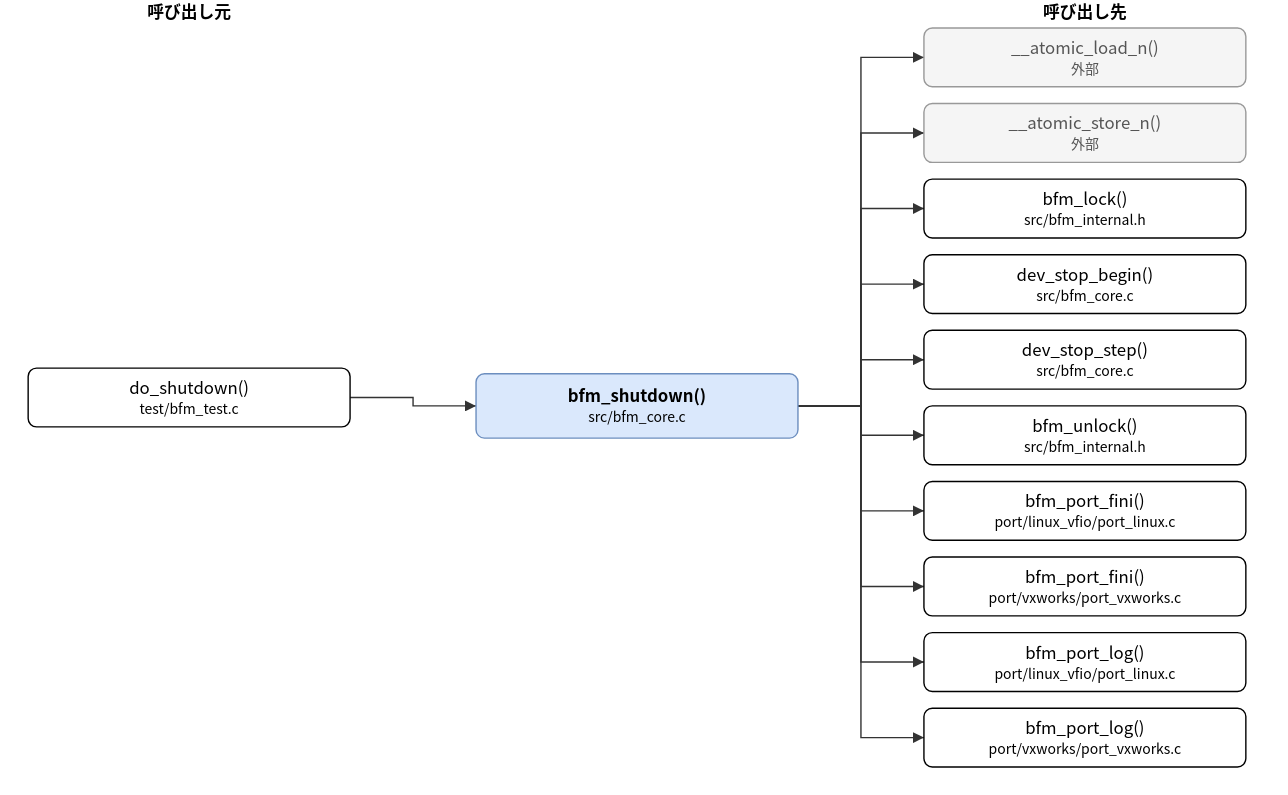
Earlier version of the draw.io export doc/spec/images/call_src_bfm_core-bfm_shutdown.drawio.svg (hf355051012-ai/bfmem). Source tidied: cells renumbered, new cells last; positions are measured from the earlier drawing's top-left corner, leaving out a move shared by most shapes. The source it was exported from:
```xml
<mxGraphModel>
  <root>
    <mxCell id="0" />
    <mxCell id="1" parent="0" />
    <mxCell id="2" value="bfm_shutdown()&lt;br&gt;&lt;font style=&quot;font-size:10px&quot;&gt;src/bfm_core.c&lt;/font&gt;" style="rounded=1;whiteSpace=wrap;html=1;fillColor=#dae8fc;strokeColor=#6c8ebf;fontStyle=1;" parent="1" vertex="1">
      <mxGeometry x="320" y="267" width="230" height="46" as="geometry" />
    </mxCell>
    <mxCell id="3" value="do_shutdown()&lt;br&gt;&lt;font style=&quot;font-size:10px&quot;&gt;test/bfm_test.c&lt;/font&gt;" style="rounded=1;whiteSpace=wrap;html=1;" parent="1" vertex="1">
      <mxGeometry y="263" width="230" height="42" as="geometry" />
    </mxCell>
    <mxCell id="4" value="__atomic_load_n()&lt;br&gt;&lt;font style=&quot;font-size:10px&quot;&gt;外部&lt;/font&gt;" style="rounded=1;whiteSpace=wrap;html=1;fillColor=#f5f5f5;strokeColor=#999999;fontColor=#555555;" parent="1" vertex="1">
      <mxGeometry x="640" y="20" width="230" height="42" as="geometry" />
    </mxCell>
    <mxCell id="5" value="__atomic_store_n()&lt;br&gt;&lt;font style=&quot;font-size:10px&quot;&gt;外部&lt;/font&gt;" style="rounded=1;whiteSpace=wrap;html=1;fillColor=#f5f5f5;strokeColor=#999999;fontColor=#555555;" parent="1" vertex="1">
      <mxGeometry x="640" y="74" width="230" height="42" as="geometry" />
    </mxCell>
    <mxCell id="6" value="bfm_lock()&lt;br&gt;&lt;font style=&quot;font-size:10px&quot;&gt;src/bfm_internal.h&lt;/font&gt;" style="rounded=1;whiteSpace=wrap;html=1;" parent="1" vertex="1">
      <mxGeometry x="640" y="128" width="230" height="42" as="geometry" />
    </mxCell>
    <mxCell id="7" value="dev_stop_begin()&lt;br&gt;&lt;font style=&quot;font-size:10px&quot;&gt;src/bfm_core.c&lt;/font&gt;" style="rounded=1;whiteSpace=wrap;html=1;" parent="1" vertex="1">
      <mxGeometry x="640" y="182" width="230" height="42" as="geometry" />
    </mxCell>
    <mxCell id="8" value="dev_stop_step()&lt;br&gt;&lt;font style=&quot;font-size:10px&quot;&gt;src/bfm_core.c&lt;/font&gt;" style="rounded=1;whiteSpace=wrap;html=1;" parent="1" vertex="1">
      <mxGeometry x="640" y="236" width="230" height="42" as="geometry" />
    </mxCell>
    <mxCell id="9" value="bfm_unlock()&lt;br&gt;&lt;font style=&quot;font-size:10px&quot;&gt;src/bfm_internal.h&lt;/font&gt;" style="rounded=1;whiteSpace=wrap;html=1;" parent="1" vertex="1">
      <mxGeometry x="640" y="290" width="230" height="42" as="geometry" />
    </mxCell>
    <mxCell id="10" value="bfm_port_fini()&lt;br&gt;&lt;font style=&quot;font-size:10px&quot;&gt;port/linux_vfio/port_linux.c&lt;/font&gt;" style="rounded=1;whiteSpace=wrap;html=1;" parent="1" vertex="1">
      <mxGeometry x="640" y="344" width="230" height="42" as="geometry" />
    </mxCell>
    <mxCell id="11" value="bfm_port_fini()&lt;br&gt;&lt;font style=&quot;font-size:10px&quot;&gt;port/vxworks/port_vxworks.c&lt;/font&gt;" style="rounded=1;whiteSpace=wrap;html=1;" parent="1" vertex="1">
      <mxGeometry x="640" y="398" width="230" height="42" as="geometry" />
    </mxCell>
    <mxCell id="12" value="bfm_port_log()&lt;br&gt;&lt;font style=&quot;font-size:10px&quot;&gt;port/linux_vfio/port_linux.c&lt;/font&gt;" style="rounded=1;whiteSpace=wrap;html=1;" parent="1" vertex="1">
      <mxGeometry x="640" y="452" width="230" height="42" as="geometry" />
    </mxCell>
    <mxCell id="13" value="bfm_port_log()&lt;br&gt;&lt;font style=&quot;font-size:10px&quot;&gt;port/vxworks/port_vxworks.c&lt;/font&gt;" style="rounded=1;whiteSpace=wrap;html=1;" parent="1" vertex="1">
      <mxGeometry x="640" y="506" width="230" height="42" as="geometry" />
    </mxCell>
    <mxCell id="14" style="edgeStyle=none;html=1;rounded=0;endArrow=block;endFill=1;exitX=1.0000;exitY=0.5000;exitDx=0;exitDy=0;exitPerimeter=0;entryX=0.0000;entryY=0.5000;entryDx=0;entryDy=0;entryPerimeter=0;" parent="1" edge="1" source="3" target="2">
      <mxGeometry relative="1" as="geometry">
        <Array as="points">
          <mxPoint x="275" y="284" />
          <mxPoint x="275" y="290" />
        </Array>
      </mxGeometry>
    </mxCell>
    <mxCell id="15" style="edgeStyle=none;html=1;rounded=0;endArrow=block;endFill=1;exitX=1.0000;exitY=0.5000;exitDx=0;exitDy=0;exitPerimeter=0;entryX=0.0000;entryY=0.5000;entryDx=0;entryDy=0;entryPerimeter=0;" parent="1" edge="1" source="2" target="4">
      <mxGeometry relative="1" as="geometry">
        <Array as="points">
          <mxPoint x="595" y="290" />
          <mxPoint x="595" y="41" />
        </Array>
      </mxGeometry>
    </mxCell>
    <mxCell id="16" style="edgeStyle=none;html=1;rounded=0;endArrow=block;endFill=1;exitX=1.0000;exitY=0.5000;exitDx=0;exitDy=0;exitPerimeter=0;entryX=0.0000;entryY=0.5000;entryDx=0;entryDy=0;entryPerimeter=0;" parent="1" edge="1" source="2" target="5">
      <mxGeometry relative="1" as="geometry">
        <Array as="points">
          <mxPoint x="595" y="290" />
          <mxPoint x="595" y="95" />
        </Array>
      </mxGeometry>
    </mxCell>
    <mxCell id="17" style="edgeStyle=none;html=1;rounded=0;endArrow=block;endFill=1;exitX=1.0000;exitY=0.5000;exitDx=0;exitDy=0;exitPerimeter=0;entryX=0.0000;entryY=0.5000;entryDx=0;entryDy=0;entryPerimeter=0;" parent="1" edge="1" source="2" target="6">
      <mxGeometry relative="1" as="geometry">
        <Array as="points">
          <mxPoint x="595" y="290" />
          <mxPoint x="595" y="149" />
        </Array>
      </mxGeometry>
    </mxCell>
    <mxCell id="18" style="edgeStyle=none;html=1;rounded=0;endArrow=block;endFill=1;exitX=1.0000;exitY=0.5000;exitDx=0;exitDy=0;exitPerimeter=0;entryX=0.0000;entryY=0.5000;entryDx=0;entryDy=0;entryPerimeter=0;" parent="1" edge="1" source="2" target="7">
      <mxGeometry relative="1" as="geometry">
        <Array as="points">
          <mxPoint x="595" y="290" />
          <mxPoint x="595" y="203" />
        </Array>
      </mxGeometry>
    </mxCell>
    <mxCell id="19" style="edgeStyle=none;html=1;rounded=0;endArrow=block;endFill=1;exitX=1.0000;exitY=0.5000;exitDx=0;exitDy=0;exitPerimeter=0;entryX=0.0000;entryY=0.5000;entryDx=0;entryDy=0;entryPerimeter=0;" parent="1" edge="1" source="2" target="8">
      <mxGeometry relative="1" as="geometry">
        <Array as="points">
          <mxPoint x="595" y="290" />
          <mxPoint x="595" y="257" />
        </Array>
      </mxGeometry>
    </mxCell>
    <mxCell id="20" style="edgeStyle=none;html=1;rounded=0;endArrow=block;endFill=1;exitX=1.0000;exitY=0.5000;exitDx=0;exitDy=0;exitPerimeter=0;entryX=0.0000;entryY=0.5000;entryDx=0;entryDy=0;entryPerimeter=0;" parent="1" edge="1" source="2" target="9">
      <mxGeometry relative="1" as="geometry">
        <Array as="points">
          <mxPoint x="595" y="290" />
          <mxPoint x="595" y="311" />
        </Array>
      </mxGeometry>
    </mxCell>
    <mxCell id="21" style="edgeStyle=none;html=1;rounded=0;endArrow=block;endFill=1;exitX=1.0000;exitY=0.5000;exitDx=0;exitDy=0;exitPerimeter=0;entryX=0.0000;entryY=0.5000;entryDx=0;entryDy=0;entryPerimeter=0;" parent="1" edge="1" source="2" target="10">
      <mxGeometry relative="1" as="geometry">
        <Array as="points">
          <mxPoint x="595" y="290" />
          <mxPoint x="595" y="365" />
        </Array>
      </mxGeometry>
    </mxCell>
    <mxCell id="22" style="edgeStyle=none;html=1;rounded=0;endArrow=block;endFill=1;exitX=1.0000;exitY=0.5000;exitDx=0;exitDy=0;exitPerimeter=0;entryX=0.0000;entryY=0.5000;entryDx=0;entryDy=0;entryPerimeter=0;" parent="1" edge="1" source="2" target="11">
      <mxGeometry relative="1" as="geometry">
        <Array as="points">
          <mxPoint x="595" y="290" />
          <mxPoint x="595" y="419" />
        </Array>
      </mxGeometry>
    </mxCell>
    <mxCell id="23" style="edgeStyle=none;html=1;rounded=0;endArrow=block;endFill=1;exitX=1.0000;exitY=0.5000;exitDx=0;exitDy=0;exitPerimeter=0;entryX=0.0000;entryY=0.5000;entryDx=0;entryDy=0;entryPerimeter=0;" parent="1" edge="1" source="2" target="12">
      <mxGeometry relative="1" as="geometry">
        <Array as="points">
          <mxPoint x="595" y="290" />
          <mxPoint x="595" y="473" />
        </Array>
      </mxGeometry>
    </mxCell>
    <mxCell id="24" style="edgeStyle=none;html=1;rounded=0;endArrow=block;endFill=1;exitX=1.0000;exitY=0.5000;exitDx=0;exitDy=0;exitPerimeter=0;entryX=0.0000;entryY=0.5000;entryDx=0;entryDy=0;entryPerimeter=0;" parent="1" edge="1" source="2" target="13">
      <mxGeometry relative="1" as="geometry">
        <Array as="points">
          <mxPoint x="595" y="290" />
          <mxPoint x="595" y="527" />
        </Array>
      </mxGeometry>
    </mxCell>
    <mxCell id="25" value="呼び出し元" style="text;html=1;align=center;fontStyle=1;" parent="1" vertex="1">
      <mxGeometry x="35" width="160" height="18" as="geometry" />
    </mxCell>
    <mxCell id="26" value="呼び出し先" style="text;html=1;align=center;fontStyle=1;" parent="1" vertex="1">
      <mxGeometry x="675" width="160" height="18" as="geometry" />
    </mxCell>
  </root>
</mxGraphModel>
```
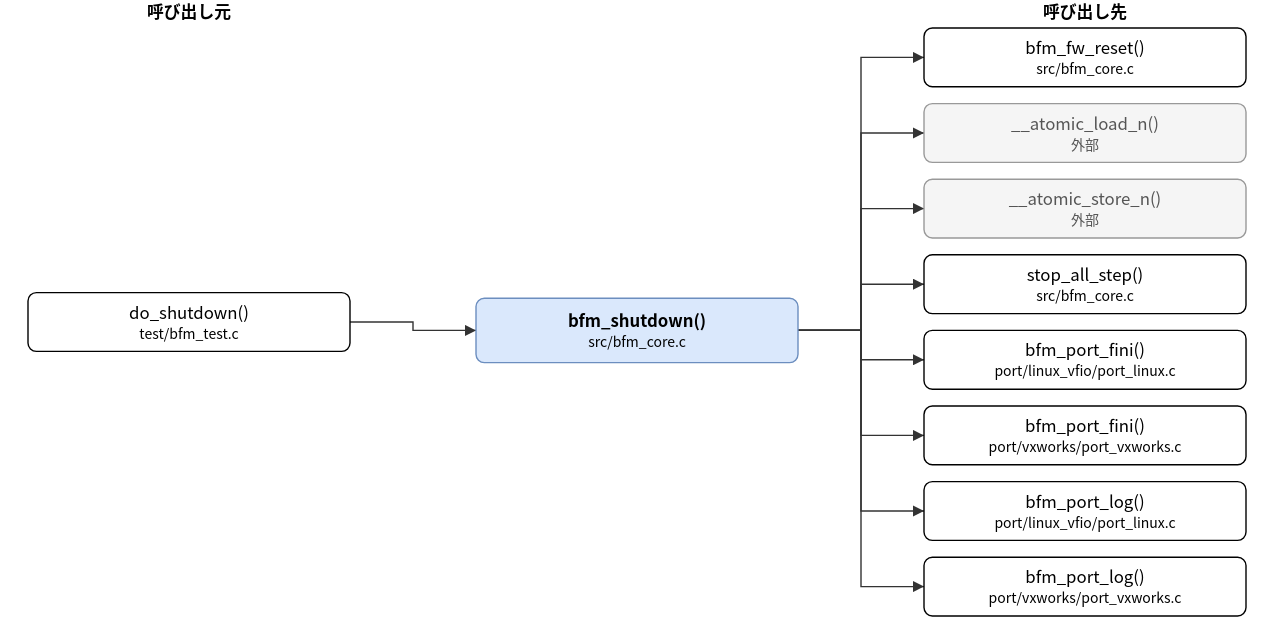
Above is the later version.

The edit, as a diff of the source:
```diff
@@ -3,53 +3,47 @@
     <mxCell id="0" />
     <mxCell id="1" parent="0" />
     <mxCell id="2" value="bfm_shutdown()&lt;br&gt;&lt;font style=&quot;font-size:10px&quot;&gt;src/bfm_core.c&lt;/font&gt;" style="rounded=1;whiteSpace=wrap;html=1;fillColor=#dae8fc;strokeColor=#6c8ebf;fontStyle=1;" parent="1" vertex="1">
-      <mxGeometry x="320" y="267" width="230" height="46" as="geometry" />
+      <mxGeometry x="320" y="213" width="230" height="46" as="geometry" />
     </mxCell>
     <mxCell id="3" value="do_shutdown()&lt;br&gt;&lt;font style=&quot;font-size:10px&quot;&gt;test/bfm_test.c&lt;/font&gt;" style="rounded=1;whiteSpace=wrap;html=1;" parent="1" vertex="1">
-      <mxGeometry y="263" width="230" height="42" as="geometry" />
+      <mxGeometry y="209" width="230" height="42" as="geometry" />
     </mxCell>
-    <mxCell id="4" value="__atomic_load_n()&lt;br&gt;&lt;font style=&quot;font-size:10px&quot;&gt;外部&lt;/font&gt;" style="rounded=1;whiteSpace=wrap;html=1;fillColor=#f5f5f5;strokeColor=#999999;fontColor=#555555;" parent="1" vertex="1">
+    <mxCell id="4" value="bfm_fw_reset()&lt;br&gt;&lt;font style=&quot;font-size:10px&quot;&gt;src/bfm_core.c&lt;/font&gt;" style="rounded=1;whiteSpace=wrap;html=1;" parent="1" vertex="1">
       <mxGeometry x="640" y="20" width="230" height="42" as="geometry" />
     </mxCell>
-    <mxCell id="5" value="__atomic_store_n()&lt;br&gt;&lt;font style=&quot;font-size:10px&quot;&gt;外部&lt;/font&gt;" style="rounded=1;whiteSpace=wrap;html=1;fillColor=#f5f5f5;strokeColor=#999999;fontColor=#555555;" parent="1" vertex="1">
+    <mxCell id="5" value="__atomic_load_n()&lt;br&gt;&lt;font style=&quot;font-size:10px&quot;&gt;外部&lt;/font&gt;" style="rounded=1;whiteSpace=wrap;html=1;fillColor=#f5f5f5;strokeColor=#999999;fontColor=#555555;" parent="1" vertex="1">
       <mxGeometry x="640" y="74" width="230" height="42" as="geometry" />
     </mxCell>
-    <mxCell id="6" value="bfm_lock()&lt;br&gt;&lt;font style=&quot;font-size:10px&quot;&gt;src/bfm_internal.h&lt;/font&gt;" style="rounded=1;whiteSpace=wrap;html=1;" parent="1" vertex="1">
+    <mxCell id="6" value="__atomic_store_n()&lt;br&gt;&lt;font style=&quot;font-size:10px&quot;&gt;外部&lt;/font&gt;" style="rounded=1;whiteSpace=wrap;html=1;fillColor=#f5f5f5;strokeColor=#999999;fontColor=#555555;" parent="1" vertex="1">
       <mxGeometry x="640" y="128" width="230" height="42" as="geometry" />
     </mxCell>
-    <mxCell id="7" value="dev_stop_begin()&lt;br&gt;&lt;font style=&quot;font-size:10px&quot;&gt;src/bfm_core.c&lt;/font&gt;" style="rounded=1;whiteSpace=wrap;html=1;" parent="1" vertex="1">
+    <mxCell id="7" value="stop_all_step()&lt;br&gt;&lt;font style=&quot;font-size:10px&quot;&gt;src/bfm_core.c&lt;/font&gt;" style="rounded=1;whiteSpace=wrap;html=1;" parent="1" vertex="1">
       <mxGeometry x="640" y="182" width="230" height="42" as="geometry" />
     </mxCell>
-    <mxCell id="8" value="dev_stop_step()&lt;br&gt;&lt;font style=&quot;font-size:10px&quot;&gt;src/bfm_core.c&lt;/font&gt;" style="rounded=1;whiteSpace=wrap;html=1;" parent="1" vertex="1">
+    <mxCell id="8" value="bfm_port_fini()&lt;br&gt;&lt;font style=&quot;font-size:10px&quot;&gt;port/linux_vfio/port_linux.c&lt;/font&gt;" style="rounded=1;whiteSpace=wrap;html=1;" parent="1" vertex="1">
       <mxGeometry x="640" y="236" width="230" height="42" as="geometry" />
     </mxCell>
-    <mxCell id="9" value="bfm_unlock()&lt;br&gt;&lt;font style=&quot;font-size:10px&quot;&gt;src/bfm_internal.h&lt;/font&gt;" style="rounded=1;whiteSpace=wrap;html=1;" parent="1" vertex="1">
+    <mxCell id="9" value="bfm_port_fini()&lt;br&gt;&lt;font style=&quot;font-size:10px&quot;&gt;port/vxworks/port_vxworks.c&lt;/font&gt;" style="rounded=1;whiteSpace=wrap;html=1;" parent="1" vertex="1">
       <mxGeometry x="640" y="290" width="230" height="42" as="geometry" />
     </mxCell>
-    <mxCell id="10" value="bfm_port_fini()&lt;br&gt;&lt;font style=&quot;font-size:10px&quot;&gt;port/linux_vfio/port_linux.c&lt;/font&gt;" style="rounded=1;whiteSpace=wrap;html=1;" parent="1" vertex="1">
+    <mxCell id="10" value="bfm_port_log()&lt;br&gt;&lt;font style=&quot;font-size:10px&quot;&gt;port/linux_vfio/port_linux.c&lt;/font&gt;" style="rounded=1;whiteSpace=wrap;html=1;" parent="1" vertex="1">
       <mxGeometry x="640" y="344" width="230" height="42" as="geometry" />
     </mxCell>
-    <mxCell id="11" value="bfm_port_fini()&lt;br&gt;&lt;font style=&quot;font-size:10px&quot;&gt;port/vxworks/port_vxworks.c&lt;/font&gt;" style="rounded=1;whiteSpace=wrap;html=1;" parent="1" vertex="1">
+    <mxCell id="11" value="bfm_port_log()&lt;br&gt;&lt;font style=&quot;font-size:10px&quot;&gt;port/vxworks/port_vxworks.c&lt;/font&gt;" style="rounded=1;whiteSpace=wrap;html=1;" parent="1" vertex="1">
       <mxGeometry x="640" y="398" width="230" height="42" as="geometry" />
     </mxCell>
-    <mxCell id="12" value="bfm_port_log()&lt;br&gt;&lt;font style=&quot;font-size:10px&quot;&gt;port/linux_vfio/port_linux.c&lt;/font&gt;" style="rounded=1;whiteSpace=wrap;html=1;" parent="1" vertex="1">
-      <mxGeometry x="640" y="452" width="230" height="42" as="geometry" />
-    </mxCell>
-    <mxCell id="13" value="bfm_port_log()&lt;br&gt;&lt;font style=&quot;font-size:10px&quot;&gt;port/vxworks/port_vxworks.c&lt;/font&gt;" style="rounded=1;whiteSpace=wrap;html=1;" parent="1" vertex="1">
-      <mxGeometry x="640" y="506" width="230" height="42" as="geometry" />
-    </mxCell>
     <mxCell id="14" style="edgeStyle=none;html=1;rounded=0;endArrow=block;endFill=1;exitX=1.0000;exitY=0.5000;exitDx=0;exitDy=0;exitPerimeter=0;entryX=0.0000;entryY=0.5000;entryDx=0;entryDy=0;entryPerimeter=0;" parent="1" edge="1" source="3" target="2">
       <mxGeometry relative="1" as="geometry">
         <Array as="points">
-          <mxPoint x="275" y="284" />
-          <mxPoint x="275" y="290" />
+          <mxPoint x="275" y="230" />
+          <mxPoint x="275" y="236" />
         </Array>
       </mxGeometry>
     </mxCell>
     <mxCell id="15" style="edgeStyle=none;html=1;rounded=0;endArrow=block;endFill=1;exitX=1.0000;exitY=0.5000;exitDx=0;exitDy=0;exitPerimeter=0;entryX=0.0000;entryY=0.5000;entryDx=0;entryDy=0;entryPerimeter=0;" parent="1" edge="1" source="2" target="4">
       <mxGeometry relative="1" as="geometry">
         <Array as="points">
-          <mxPoint x="595" y="290" />
+          <mxPoint x="595" y="236" />
           <mxPoint x="595" y="41" />
         </Array>
       </mxGeometry>
@@ -57,7 +51,7 @@
     <mxCell id="16" style="edgeStyle=none;html=1;rounded=0;endArrow=block;endFill=1;exitX=1.0000;exitY=0.5000;exitDx=0;exitDy=0;exitPerimeter=0;entryX=0.0000;entryY=0.5000;entryDx=0;entryDy=0;entryPerimeter=0;" parent="1" edge="1" source="2" target="5">
       <mxGeometry relative="1" as="geometry">
         <Array as="points">
-          <mxPoint x="595" y="290" />
+          <mxPoint x="595" y="236" />
           <mxPoint x="595" y="95" />
         </Array>
       </mxGeometry>
@@ -65,7 +59,7 @@
     <mxCell id="17" style="edgeStyle=none;html=1;rounded=0;endArrow=block;endFill=1;exitX=1.0000;exitY=0.5000;exitDx=0;exitDy=0;exitPerimeter=0;entryX=0.0000;entryY=0.5000;entryDx=0;entryDy=0;entryPerimeter=0;" parent="1" edge="1" source="2" target="6">
       <mxGeometry relative="1" as="geometry">
         <Array as="points">
-          <mxPoint x="595" y="290" />
+          <mxPoint x="595" y="236" />
           <mxPoint x="595" y="149" />
         </Array>
       </mxGeometry>
@@ -73,7 +67,7 @@
     <mxCell id="18" style="edgeStyle=none;html=1;rounded=0;endArrow=block;endFill=1;exitX=1.0000;exitY=0.5000;exitDx=0;exitDy=0;exitPerimeter=0;entryX=0.0000;entryY=0.5000;entryDx=0;entryDy=0;entryPerimeter=0;" parent="1" edge="1" source="2" target="7">
       <mxGeometry relative="1" as="geometry">
         <Array as="points">
-          <mxPoint x="595" y="290" />
+          <mxPoint x="595" y="236" />
           <mxPoint x="595" y="203" />
         </Array>
       </mxGeometry>
@@ -81,7 +75,7 @@
     <mxCell id="19" style="edgeStyle=none;html=1;rounded=0;endArrow=block;endFill=1;exitX=1.0000;exitY=0.5000;exitDx=0;exitDy=0;exitPerimeter=0;entryX=0.0000;entryY=0.5000;entryDx=0;entryDy=0;entryPerimeter=0;" parent="1" edge="1" source="2" target="8">
       <mxGeometry relative="1" as="geometry">
         <Array as="points">
-          <mxPoint x="595" y="290" />
+          <mxPoint x="595" y="236" />
           <mxPoint x="595" y="257" />
         </Array>
       </mxGeometry>
@@ -89,7 +83,7 @@
     <mxCell id="20" style="edgeStyle=none;html=1;rounded=0;endArrow=block;endFill=1;exitX=1.0000;exitY=0.5000;exitDx=0;exitDy=0;exitPerimeter=0;entryX=0.0000;entryY=0.5000;entryDx=0;entryDy=0;entryPerimeter=0;" parent="1" edge="1" source="2" target="9">
       <mxGeometry relative="1" as="geometry">
         <Array as="points">
-          <mxPoint x="595" y="290" />
+          <mxPoint x="595" y="236" />
           <mxPoint x="595" y="311" />
         </Array>
       </mxGeometry>
@@ -97,7 +91,7 @@
     <mxCell id="21" style="edgeStyle=none;html=1;rounded=0;endArrow=block;endFill=1;exitX=1.0000;exitY=0.5000;exitDx=0;exitDy=0;exitPerimeter=0;entryX=0.0000;entryY=0.5000;entryDx=0;entryDy=0;entryPerimeter=0;" parent="1" edge="1" source="2" target="10">
       <mxGeometry relative="1" as="geometry">
         <Array as="points">
-          <mxPoint x="595" y="290" />
+          <mxPoint x="595" y="236" />
           <mxPoint x="595" y="365" />
         </Array>
       </mxGeometry>
@@ -105,27 +99,11 @@
     <mxCell id="22" style="edgeStyle=none;html=1;rounded=0;endArrow=block;endFill=1;exitX=1.0000;exitY=0.5000;exitDx=0;exitDy=0;exitPerimeter=0;entryX=0.0000;entryY=0.5000;entryDx=0;entryDy=0;entryPerimeter=0;" parent="1" edge="1" source="2" target="11">
       <mxGeometry relative="1" as="geometry">
         <Array as="points">
-          <mxPoint x="595" y="290" />
+          <mxPoint x="595" y="236" />
           <mxPoint x="595" y="419" />
         </Array>
       </mxGeometry>
     </mxCell>
-    <mxCell id="23" style="edgeStyle=none;html=1;rounded=0;endArrow=block;endFill=1;exitX=1.0000;exitY=0.5000;exitDx=0;exitDy=0;exitPerimeter=0;entryX=0.0000;entryY=0.5000;entryDx=0;entryDy=0;entryPerimeter=0;" parent="1" edge="1" source="2" target="12">
-      <mxGeometry relative="1" as="geometry">
-        <Array as="points">
-          <mxPoint x="595" y="290" />
-          <mxPoint x="595" y="473" />
-        </Array>
-      </mxGeometry>
-    </mxCell>
-    <mxCell id="24" style="edgeStyle=none;html=1;rounded=0;endArrow=block;endFill=1;exitX=1.0000;exitY=0.5000;exitDx=0;exitDy=0;exitPerimeter=0;entryX=0.0000;entryY=0.5000;entryDx=0;entryDy=0;entryPerimeter=0;" parent="1" edge="1" source="2" target="13">
-      <mxGeometry relative="1" as="geometry">
-        <Array as="points">
-          <mxPoint x="595" y="290" />
-          <mxPoint x="595" y="527" />
-        </Array>
-      </mxGeometry>
-    </mxCell>
     <mxCell id="25" value="呼び出し元" style="text;html=1;align=center;fontStyle=1;" parent="1" vertex="1">
       <mxGeometry x="35" width="160" height="18" as="geometry" />
     </mxCell>
```
